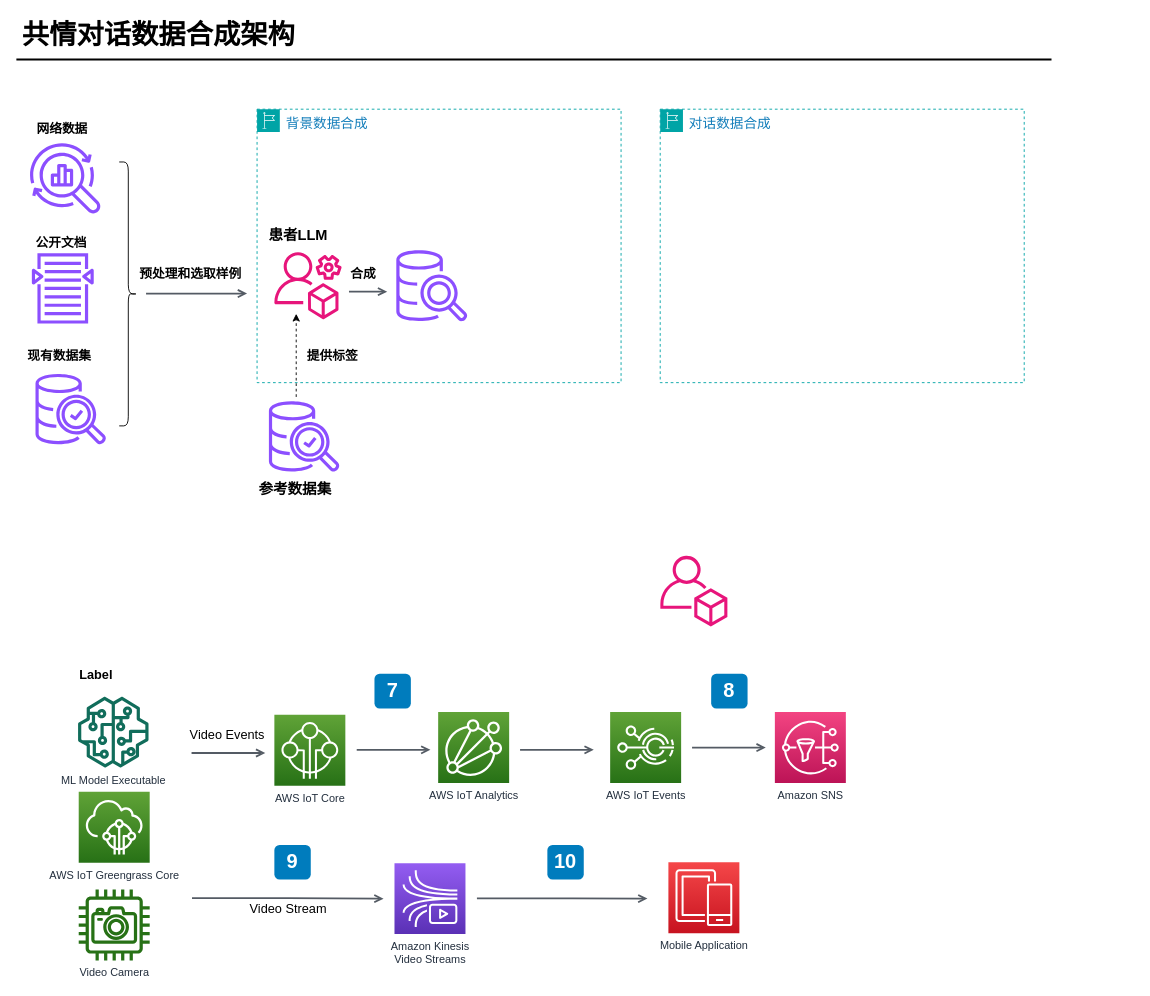
Earlier version of the draw.io diagram photos/流程图.drawio (Icelinea/synDatasets). Source tidied: cells renumbered, new cells numbered last; positions are measured from the earlier drawing's top-left corner, leaving out a move shared by most shapes. Both pictures are drawn from the tidied source at 91%, with x=0, y=0 at pixel (15, 15).
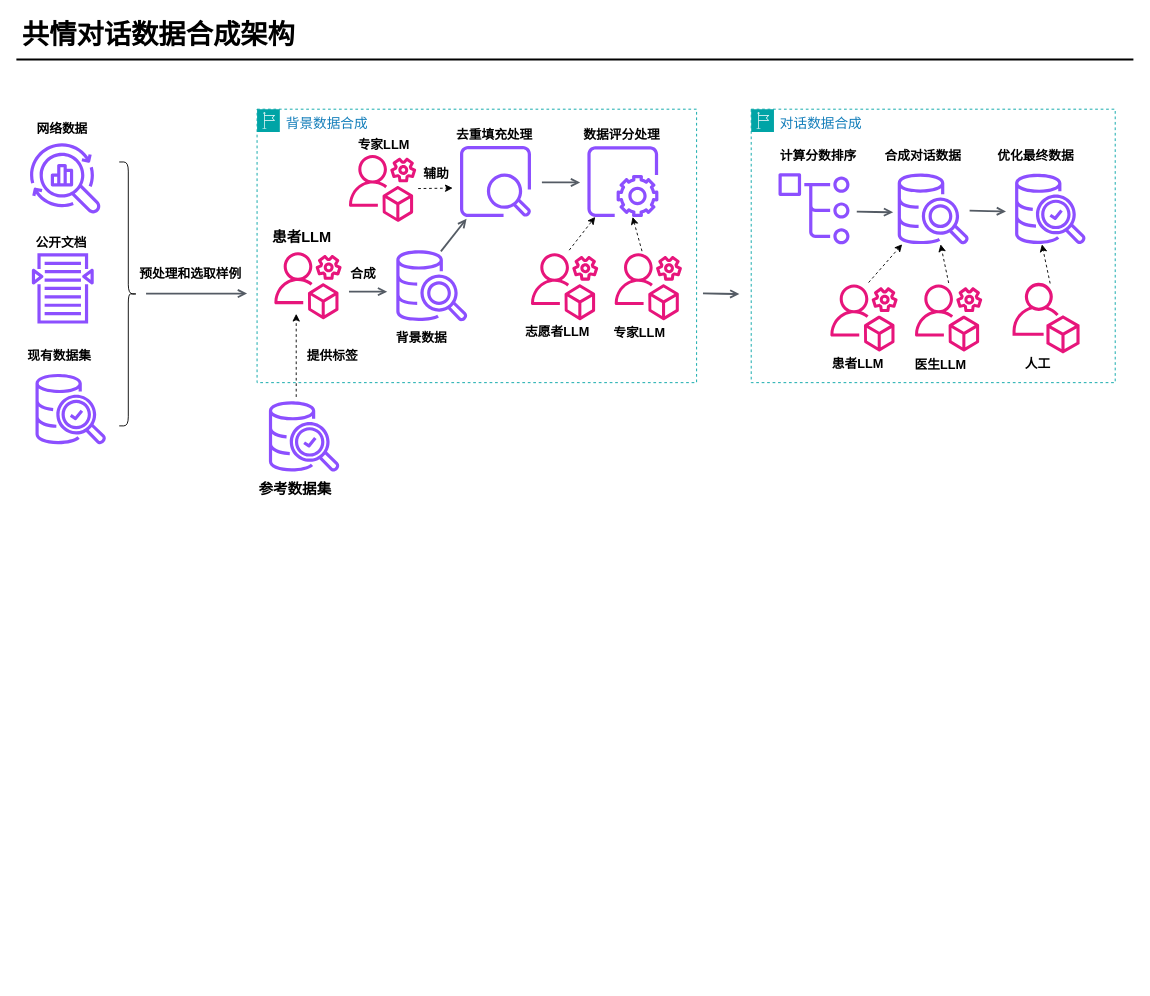
The same page after the edit.

Commit message (it also covers changes not shown here):
更新流程图.drawio

Diff of the diagram source:
```diff
@@
-    <mxCell id="2" value="ML Model Executable" style="fontColor=#232F3E;gradientColor=none;fillColor=#116D5B;strokeColor=none;dashed=0;verticalLabelPosition=bottom;verticalAlign=top;align=center;html=1;fontSize=12;fontStyle=0;shape=mxgraph.aws4.sagemaker_model;" parent="1" vertex="1">
-      <mxGeometry x="68" y="749" width="78" height="78" as="geometry" />
-    </mxCell>
-    <mxCell id="3" value="AWS IoT Greengrass Core" style="fontColor=#232F3E;gradientColor=#60A337;gradientDirection=north;fillColor=#277116;strokeColor=#ffffff;dashed=0;verticalLabelPosition=bottom;verticalAlign=top;align=center;html=1;fontSize=12;fontStyle=0;shape=mxgraph.aws4.resourceIcon;resIcon=mxgraph.aws4.iot_core;" parent="1" vertex="1">
-      <mxGeometry x="69" y="853.5" width="78" height="78" as="geometry" />
-    </mxCell>
-    <mxCell id="4" value="Video Camera" style="fontColor=#232F3E;gradientColor=none;fillColor=#277116;strokeColor=none;dashed=0;verticalLabelPosition=bottom;verticalAlign=top;align=center;html=1;fontSize=12;fontStyle=0;shape=mxgraph.aws4.camera;" parent="1" vertex="1">
-      <mxGeometry x="69" y="961" width="78" height="78" as="geometry" />
-    </mxCell>
-    <mxCell id="5" value="AWS IoT Core" style="fontColor=#232F3E;gradientColor=#60A337;gradientDirection=north;fillColor=#277116;strokeColor=#ffffff;dashed=0;verticalLabelPosition=bottom;verticalAlign=top;align=center;html=1;fontSize=12;fontStyle=0;shape=mxgraph.aws4.resourceIcon;resIcon=mxgraph.aws4.internet_of_things;" parent="1" vertex="1">
-      <mxGeometry x="284" y="769" width="78" height="78" as="geometry" />
-    </mxCell>
-    <mxCell id="6" value="AWS IoT Analytics" style="fontColor=#232F3E;gradientColor=#60A337;gradientDirection=north;fillColor=#277116;strokeColor=#ffffff;dashed=0;verticalLabelPosition=bottom;verticalAlign=top;align=center;html=1;fontSize=12;fontStyle=0;shape=mxgraph.aws4.resourceIcon;resIcon=mxgraph.aws4.iot_analytics;" parent="1" vertex="1">
-      <mxGeometry x="464" y="766" width="78" height="78" as="geometry" />
-    </mxCell>
-    <mxCell id="7" value="AWS IoT Events" style="fontColor=#232F3E;gradientColor=#60A337;gradientDirection=north;fillColor=#277116;strokeColor=#ffffff;dashed=0;verticalLabelPosition=bottom;verticalAlign=top;align=center;html=1;fontSize=12;fontStyle=0;shape=mxgraph.aws4.resourceIcon;resIcon=mxgraph.aws4.iot_events;" parent="1" vertex="1">
-      <mxGeometry x="653" y="766" width="78" height="78" as="geometry" />
-    </mxCell>
-    <mxCell id="8" value="Amazon SNS" style="fontColor=#232F3E;gradientColor=#F34482;gradientDirection=north;fillColor=#BC1356;strokeColor=#ffffff;dashed=0;verticalLabelPosition=bottom;verticalAlign=top;align=center;html=1;fontSize=12;fontStyle=0;shape=mxgraph.aws4.resourceIcon;resIcon=mxgraph.aws4.sns;" parent="1" vertex="1">
-      <mxGeometry x="834" y="766" width="78" height="78" as="geometry" />
-    </mxCell>
-    <mxCell id="9" value="Amazon Kinesis&lt;br&gt;Video Streams&lt;br&gt;" style="fontColor=#232F3E;gradientColor=#945DF2;gradientDirection=north;fillColor=#5A30B5;strokeColor=#ffffff;dashed=0;verticalLabelPosition=bottom;verticalAlign=top;align=center;html=1;fontSize=12;fontStyle=0;shape=mxgraph.aws4.resourceIcon;resIcon=mxgraph.aws4.kinesis_video_streams;" parent="1" vertex="1">
-      <mxGeometry x="416" y="932" width="78" height="78" as="geometry" />
-    </mxCell>
-    <mxCell id="10" value="Mobile Application" style="fontColor=#232F3E;gradientColor=#F54749;gradientDirection=north;fillColor=#C7131F;strokeColor=#ffffff;dashed=0;verticalLabelPosition=bottom;verticalAlign=top;align=center;html=1;fontSize=12;fontStyle=0;shape=mxgraph.aws4.resourceIcon;resIcon=mxgraph.aws4.mobile;" parent="1" vertex="1">
-      <mxGeometry x="717" y="931" width="78" height="78" as="geometry" />
-    </mxCell>
-    <mxCell id="11" value="7" style="rounded=1;whiteSpace=wrap;html=1;fillColor=#007CBD;strokeColor=none;fontColor=#FFFFFF;fontStyle=1;fontSize=22;" parent="1" vertex="1">
-      <mxGeometry x="394" y="724" width="40" height="38" as="geometry" />
-    </mxCell>
-    <mxCell id="12" value="8" style="rounded=1;whiteSpace=wrap;html=1;fillColor=#007CBD;strokeColor=none;fontColor=#FFFFFF;fontStyle=1;fontSize=22;" parent="1" vertex="1">
-      <mxGeometry x="764" y="724" width="40" height="38" as="geometry" />
-    </mxCell>
-    <mxCell id="13" value="9" style="rounded=1;whiteSpace=wrap;html=1;fillColor=#007CBD;strokeColor=none;fontColor=#FFFFFF;fontStyle=1;fontSize=22;" parent="1" vertex="1">
-      <mxGeometry x="284" y="912" width="40" height="38" as="geometry" />
-    </mxCell>
-    <mxCell id="14" value="10" style="rounded=1;whiteSpace=wrap;html=1;fillColor=#007CBD;strokeColor=none;fontColor=#FFFFFF;fontStyle=1;fontSize=22;" parent="1" vertex="1">
-      <mxGeometry x="584" y="912" width="40" height="38" as="geometry" />
-    </mxCell>
@@
     <mxCell id="16" style="line;strokeWidth=2;html=1;fontSize=14;" parent="1" vertex="1">
-      <mxGeometry x="0.5" y="43.5" width="1137.5" height="10.7" as="geometry" />
+      <mxGeometry x="0.5" y="43.5" width="1227.5" height="10.7" as="geometry" />
     </mxCell>
@@
-    <mxCell id="18" value="&lt;span&gt;Label&lt;/span&gt;" style="text;html=1;align=left;verticalAlign=top;spacingTop=-4;fontSize=14;fontStyle=1;" parent="1" vertex="1">
-      <mxGeometry x="68" y="714" width="50" height="20" as="geometry" />
-    </mxCell>
@@
-    <mxCell id="20" value="Video Events" style="edgeStyle=orthogonalEdgeStyle;html=1;endArrow=open;elbow=vertical;startArrow=none;endFill=0;strokeColor=#545B64;rounded=0;fontSize=14;strokeWidth=2;" parent="1" edge="1">
-      <mxGeometry x="-0.04" y="20" relative="1" as="geometry">
-        <mxPoint x="193" y="811" as="sourcePoint" />
-        <mxPoint x="274" y="811" as="targetPoint" />
-      </mxGeometry>
-    </mxCell>
-    <mxCell id="21" style="edgeStyle=orthogonalEdgeStyle;html=1;endArrow=open;elbow=vertical;startArrow=none;endFill=0;strokeColor=#545B64;rounded=0;fontSize=14;strokeWidth=2;" parent="1" edge="1">
-      <mxGeometry x="-0.04" y="20" relative="1" as="geometry">
-        <mxPoint x="374.5" y="807.5" as="sourcePoint" />
-        <mxPoint x="455.5" y="807.5" as="targetPoint" />
-      </mxGeometry>
-    </mxCell>
-    <mxCell id="22" style="edgeStyle=orthogonalEdgeStyle;html=1;endArrow=open;elbow=vertical;startArrow=none;endFill=0;strokeColor=#545B64;rounded=0;fontSize=14;strokeWidth=2;" parent="1" edge="1">
-      <mxGeometry x="-0.04" y="20" relative="1" as="geometry">
-        <mxPoint x="554" y="807.5" as="sourcePoint" />
-        <mxPoint x="635" y="807.5" as="targetPoint" />
-      </mxGeometry>
-    </mxCell>
-    <mxCell id="23" style="edgeStyle=orthogonalEdgeStyle;html=1;endArrow=open;elbow=vertical;startArrow=none;endFill=0;strokeColor=#545B64;rounded=0;fontSize=14;strokeWidth=2;" parent="1" edge="1">
-      <mxGeometry x="-0.04" y="20" relative="1" as="geometry">
-        <mxPoint x="743" y="805" as="sourcePoint" />
-        <mxPoint x="824" y="805" as="targetPoint" />
-      </mxGeometry>
-    </mxCell>
-    <mxCell id="24" value="Video Stream" style="edgeStyle=orthogonalEdgeStyle;html=1;endArrow=open;elbow=vertical;startArrow=none;endFill=0;strokeColor=#545B64;rounded=0;fontSize=14;strokeWidth=2;" parent="1" edge="1">
-      <mxGeometry y="-11" relative="1" as="geometry">
-        <mxPoint x="193.5" y="970.5" as="sourcePoint" />
-        <mxPoint x="404" y="971" as="targetPoint" />
-        <Array as="points">
-          <mxPoint x="299" y="971" />
-        </Array>
-      </mxGeometry>
-    </mxCell>
-    <mxCell id="25" style="edgeStyle=orthogonalEdgeStyle;html=1;endArrow=open;elbow=vertical;startArrow=none;endFill=0;strokeColor=#545B64;rounded=0;fontSize=14;strokeWidth=2;" parent="1" edge="1">
-      <mxGeometry y="-11" relative="1" as="geometry">
-        <mxPoint x="506.6" y="970.7" as="sourcePoint" />
-        <mxPoint x="694" y="971" as="targetPoint" />
-        <Array as="points">
-          <mxPoint x="612" y="971" />
-        </Array>
-      </mxGeometry>
-    </mxCell>
     <mxCell id="26" value="&lt;font style=&quot;font-size: 15px;&quot;&gt;背景数据合成&lt;/font&gt;" style="gradientColor=none;html=1;whiteSpace=wrap;fontSize=12;fontStyle=0;shape=mxgraph.aws4.group;grIcon=mxgraph.aws4.group_region;strokeColor=#00A4A6;fillColor=none;verticalAlign=top;align=left;spacingLeft=30;fontColor=#147EBA;dashed=1;" parent="1" vertex="1">
-      <mxGeometry x="265" y="103.5" width="400" height="300.5" as="geometry" />
+      <mxGeometry x="265" y="103.5" width="483" height="300.5" as="geometry" />
     </mxCell>
@@
     <mxCell id="29" value="患者LLM" style="text;html=1;align=left;verticalAlign=top;spacingTop=-4;fontSize=16;fontStyle=1;" parent="26" vertex="1">
-      <mxGeometry x="11" y="126" width="90" height="30" as="geometry" />
+      <mxGeometry x="15" y="128" width="90" height="30" as="geometry" />
     </mxCell>
@@
+    <mxCell id="45" style="sketch=0;fontColor=#232F3E;gradientColor=none;fillColor=#8C4FFF;strokeColor=none;dashed=0;verticalLabelPosition=bottom;verticalAlign=top;align=center;html=1;fontSize=12;fontStyle=0;shape=mxgraph.aws4.opensearch_service_data_node;" parent="26" vertex="1">
+      <mxGeometry x="223" y="40.5" width="78" height="78" as="geometry" />
+    </mxCell>
+    <mxCell id="46" style="sketch=0;outlineConnect=0;fontColor=#232F3E;gradientColor=none;fillColor=#8C4FFF;strokeColor=none;dashed=0;verticalLabelPosition=bottom;verticalAlign=top;align=center;html=1;fontSize=12;fontStyle=0;shape=mxgraph.aws4.opensearch_service_cluster_administrator_node;" parent="26" vertex="1">
+      <mxGeometry x="363" y="40.5" width="78" height="78" as="geometry" />
+    </mxCell>
+    <mxCell id="47" style="html=1;endArrow=open;elbow=vertical;startArrow=none;endFill=0;strokeColor=#545B64;rounded=0;fontSize=14;strokeWidth=2;" parent="26" edge="1">
+      <mxGeometry x="-0.04" y="20" relative="1" as="geometry">
+        <mxPoint x="202" y="156.3" as="sourcePoint" />
+        <mxPoint x="230.2" y="120.5" as="targetPoint" />
+      </mxGeometry>
+    </mxCell>
+    <mxCell id="48" style="sketch=0;fontColor=#232F3E;gradientColor=none;fillColor=#E7157B;strokeColor=none;dashed=0;verticalLabelPosition=bottom;verticalAlign=top;align=center;html=1;fontSize=12;fontStyle=0;shape=mxgraph.aws4.organizations_management_account;" parent="26" vertex="1">
+      <mxGeometry x="301" y="156" width="74" height="78" as="geometry" />
+    </mxCell>
+    <mxCell id="49" style="sketch=0;fontColor=#232F3E;gradientColor=none;fillColor=#E7157B;strokeColor=none;dashed=0;verticalLabelPosition=bottom;verticalAlign=top;align=center;html=1;fontSize=12;fontStyle=0;shape=mxgraph.aws4.organizations_management_account;" parent="26" vertex="1">
+      <mxGeometry x="393" y="156" width="74" height="78" as="geometry" />
+    </mxCell>
+    <mxCell id="50" style="sketch=0;fontColor=#232F3E;gradientColor=none;fillColor=#E7157B;strokeColor=none;dashed=0;verticalLabelPosition=bottom;verticalAlign=top;align=center;html=1;fontSize=12;fontStyle=0;shape=mxgraph.aws4.organizations_management_account;" parent="26" vertex="1">
+      <mxGeometry x="101" y="48" width="74" height="78" as="geometry" />
+    </mxCell>
+    <mxCell id="51" value="&lt;span&gt;专家LLM&lt;/span&gt;" style="text;html=1;align=left;verticalAlign=top;spacingTop=-4;fontSize=14;fontStyle=1;" parent="26" vertex="1">
+      <mxGeometry x="109" y="28" width="80" height="20" as="geometry" />
+    </mxCell>
+    <mxCell id="52" style="edgeStyle=none;orthogonalLoop=1;jettySize=auto;html=1;rounded=0;dashed=1;" parent="26" edge="1">
+      <mxGeometry relative="1" as="geometry">
+        <mxPoint x="177" y="87.2" as="sourcePoint" />
+        <mxPoint x="215" y="86.7" as="targetPoint" />
+      </mxGeometry>
+    </mxCell>
+    <mxCell id="53" value="&lt;span&gt;辅助&lt;/span&gt;" style="text;html=1;align=left;verticalAlign=top;spacingTop=-4;fontSize=14;fontStyle=1;" parent="26" vertex="1">
+      <mxGeometry x="181" y="60.5" width="50" height="20" as="geometry" />
+    </mxCell>
+    <mxCell id="54" value="&lt;span&gt;去重填充处理&lt;/span&gt;" style="text;html=1;align=left;verticalAlign=top;spacingTop=-4;fontSize=14;fontStyle=1;" parent="26" vertex="1">
+      <mxGeometry x="217" y="17.5" width="110" height="20" as="geometry" />
+    </mxCell>
+    <mxCell id="55" style="edgeStyle=orthogonalEdgeStyle;html=1;endArrow=open;elbow=vertical;startArrow=none;endFill=0;strokeColor=#545B64;rounded=0;fontSize=14;strokeWidth=2;" parent="26" edge="1">
+      <mxGeometry x="-0.04" y="20" relative="1" as="geometry">
+        <mxPoint x="313" y="80.5" as="sourcePoint" />
+        <mxPoint x="355" y="80.5" as="targetPoint" />
+      </mxGeometry>
+    </mxCell>
+    <mxCell id="56" style="edgeStyle=none;jettySize=auto;html=1;rounded=0;dashed=1;" parent="26" edge="1" target="46">
+      <mxGeometry relative="1" as="geometry">
+        <mxPoint x="343" y="154.9" as="sourcePoint" />
+      </mxGeometry>
+    </mxCell>
+    <mxCell id="57" style="edgeStyle=none;jettySize=auto;html=1;rounded=0;dashed=1;" parent="26" edge="1" target="46">
+      <mxGeometry relative="1" as="geometry">
+        <mxPoint x="423" y="156" as="sourcePoint" />
+      </mxGeometry>
+    </mxCell>
+    <mxCell id="58" value="&lt;span&gt;志愿者LLM&lt;/span&gt;" style="text;html=1;align=left;verticalAlign=top;spacingTop=-4;fontSize=14;fontStyle=1;" parent="26" vertex="1">
+      <mxGeometry x="293" y="233.5" width="90" height="20" as="geometry" />
+    </mxCell>
+    <mxCell id="59" value="&lt;span&gt;专家LLM&lt;/span&gt;" style="text;html=1;align=left;verticalAlign=top;spacingTop=-4;fontSize=14;fontStyle=1;" parent="26" vertex="1">
+      <mxGeometry x="390" y="234" width="80" height="20" as="geometry" />
+    </mxCell>
+    <mxCell id="60" value="数据评分处理" style="text;html=1;align=left;verticalAlign=top;spacingTop=-4;fontSize=14;fontStyle=1;" parent="26" vertex="1">
+      <mxGeometry x="357" y="17.5" width="110" height="20" as="geometry" />
+    </mxCell>
+    <mxCell id="61" value="&lt;span&gt;背景数据&lt;/span&gt;" style="text;html=1;align=left;verticalAlign=top;spacingTop=-4;fontSize=14;fontStyle=1;" parent="26" vertex="1">
+      <mxGeometry x="151" y="240.5" width="80" height="20" as="geometry" />
+    </mxCell>
@@
     <mxCell id="39" value="&lt;font style=&quot;font-size: 15px;&quot;&gt;对话数据合成&lt;/font&gt;" style="gradientColor=none;html=1;whiteSpace=wrap;fontSize=12;fontStyle=0;shape=mxgraph.aws4.group;grIcon=mxgraph.aws4.group_region;strokeColor=#00A4A6;fillColor=none;verticalAlign=top;align=left;spacingLeft=30;fontColor=#147EBA;dashed=1;" parent="1" vertex="1">
-      <mxGeometry x="708" y="103.5" width="400" height="300.5" as="geometry" />
+      <mxGeometry x="808" y="103.5" width="400" height="300.5" as="geometry" />
     </mxCell>
+    <mxCell id="62" style="sketch=0;fontColor=#232F3E;gradientColor=none;fillColor=#8C4FFF;strokeColor=none;dashed=0;verticalLabelPosition=bottom;verticalAlign=top;align=center;html=1;fontSize=12;fontStyle=0;shape=mxgraph.aws4.opensearch_service_traces;" parent="39" vertex="1">
+      <mxGeometry x="30" y="70.5" width="78" height="78" as="geometry" />
+    </mxCell>
+    <mxCell id="63" style="sketch=0;fontColor=#232F3E;gradientColor=none;fillColor=#E7157B;strokeColor=none;dashed=0;verticalLabelPosition=bottom;verticalAlign=top;align=center;html=1;fontSize=12;fontStyle=0;shape=mxgraph.aws4.organizations_management_account;" parent="39" vertex="1">
+      <mxGeometry x="87" y="190.5" width="74" height="78" as="geometry" />
+    </mxCell>
+    <mxCell id="64" style="sketch=0;fontColor=#232F3E;gradientColor=none;fillColor=#E7157B;strokeColor=none;dashed=0;verticalLabelPosition=bottom;verticalAlign=top;align=center;html=1;fontSize=12;fontStyle=0;shape=mxgraph.aws4.organizations_management_account;" parent="39" vertex="1">
+      <mxGeometry x="180" y="190.5" width="74" height="78" as="geometry" />
+    </mxCell>
+    <mxCell id="65" style="sketch=0;outlineConnect=0;fontColor=#232F3E;gradientColor=none;fillColor=#8C4FFF;strokeColor=none;dashed=0;verticalLabelPosition=bottom;verticalAlign=top;align=center;html=1;fontSize=12;fontStyle=0;shape=mxgraph.aws4.redshift_query_editor_v20_light;" parent="39" vertex="1">
+      <mxGeometry x="161" y="70.5" width="78" height="78" as="geometry" />
+    </mxCell>
+    <mxCell id="66" style="sketch=0;fontColor=#232F3E;gradientColor=none;fillColor=#8C4FFF;strokeColor=none;dashed=0;verticalLabelPosition=bottom;verticalAlign=top;align=center;html=1;fontSize=12;fontStyle=0;shape=mxgraph.aws4.aws_glue_data_quality;" parent="39" vertex="1">
+      <mxGeometry x="290" y="70.5" width="78" height="78" as="geometry" />
+    </mxCell>
+    <mxCell id="41" style="sketch=0;fontColor=#232F3E;gradientColor=none;fillColor=#E7157B;strokeColor=none;dashed=0;verticalLabelPosition=bottom;verticalAlign=top;align=center;html=1;fontSize=12;fontStyle=0;shape=mxgraph.aws4.organizations_account;" parent="39" vertex="1">
+      <mxGeometry x="287" y="190.5" width="74" height="78" as="geometry" />
+    </mxCell>
+    <mxCell id="67" value="&lt;span&gt;患者LLM&lt;/span&gt;" style="text;html=1;align=left;verticalAlign=top;spacingTop=-4;fontSize=14;fontStyle=1;" parent="39" vertex="1">
+      <mxGeometry x="87" y="268.5" width="80" height="20" as="geometry" />
+    </mxCell>
+    <mxCell id="68" value="&lt;span&gt;医生LLM&lt;/span&gt;" style="text;html=1;align=left;verticalAlign=top;spacingTop=-4;fontSize=14;fontStyle=1;" parent="39" vertex="1">
+      <mxGeometry x="178" y="269.5" width="80" height="20" as="geometry" />
+    </mxCell>
+    <mxCell id="69" value="&lt;span&gt;人工&lt;/span&gt;" style="text;html=1;align=left;verticalAlign=top;spacingTop=-4;fontSize=14;fontStyle=1;" parent="39" vertex="1">
+      <mxGeometry x="299" y="268.5" width="50" height="20" as="geometry" />
+    </mxCell>
+    <mxCell id="70" style="edgeStyle=orthogonalEdgeStyle;html=1;endArrow=open;elbow=vertical;startArrow=none;endFill=0;strokeColor=#545B64;rounded=0;fontSize=14;strokeWidth=2;" parent="39" edge="1">
+      <mxGeometry x="-0.04" y="20" relative="1" as="geometry">
+        <mxPoint x="116" y="112.5" as="sourcePoint" />
+        <mxPoint x="156" y="113.3" as="targetPoint" />
+      </mxGeometry>
+    </mxCell>
+    <mxCell id="71" style="edgeStyle=orthogonalEdgeStyle;html=1;endArrow=open;elbow=vertical;startArrow=none;endFill=0;strokeColor=#545B64;rounded=0;fontSize=14;strokeWidth=2;" parent="39" edge="1">
+      <mxGeometry x="-0.04" y="20" relative="1" as="geometry">
+        <mxPoint x="240" y="111.5" as="sourcePoint" />
+        <mxPoint x="280" y="112.3" as="targetPoint" />
+      </mxGeometry>
+    </mxCell>
+    <mxCell id="72" value="计算分数排序" style="text;html=1;align=left;verticalAlign=top;spacingTop=-4;fontSize=14;fontStyle=1;" parent="39" vertex="1">
+      <mxGeometry x="30" y="40.5" width="110" height="20" as="geometry" />
+    </mxCell>
+    <mxCell id="73" value="合成对话数据" style="text;html=1;align=left;verticalAlign=top;spacingTop=-4;fontSize=14;fontStyle=1;" parent="39" vertex="1">
+      <mxGeometry x="145" y="40.5" width="110" height="20" as="geometry" />
+    </mxCell>
+    <mxCell id="74" value="优化最终数据" style="text;html=1;align=left;verticalAlign=top;spacingTop=-4;fontSize=14;fontStyle=1;" parent="39" vertex="1">
+      <mxGeometry x="269" y="40.5" width="110" height="20" as="geometry" />
+    </mxCell>
+    <mxCell id="75" style="edgeStyle=none;jettySize=auto;html=1;rounded=0;dashed=1;" parent="39" edge="1" target="65">
+      <mxGeometry relative="1" as="geometry">
+        <mxPoint x="129" y="190.5" as="sourcePoint" />
+      </mxGeometry>
+    </mxCell>
+    <mxCell id="76" style="edgeStyle=none;jettySize=auto;html=1;rounded=0;dashed=1;" parent="39" edge="1" target="65">
+      <mxGeometry relative="1" as="geometry">
+        <mxPoint x="217" y="191" as="sourcePoint" />
+      </mxGeometry>
+    </mxCell>
+    <mxCell id="77" style="edgeStyle=none;orthogonalLoop=1;jettySize=auto;html=1;rounded=0;dashed=1;" parent="39" edge="1">
+      <mxGeometry relative="1" as="geometry">
+        <mxPoint x="328.5" y="191.5" as="sourcePoint" />
+        <mxPoint x="319.5" y="148.5" as="targetPoint" />
+      </mxGeometry>
+    </mxCell>
@@
-    <mxCell id="41" style="sketch=0;fontColor=#232F3E;gradientColor=none;fillColor=#E7157B;strokeColor=none;dashed=0;verticalLabelPosition=bottom;verticalAlign=top;align=center;html=1;fontSize=12;fontStyle=0;shape=mxgraph.aws4.organizations_account;" parent="1" vertex="1">
-      <mxGeometry x="708" y="594" width="74" height="78" as="geometry" />
-    </mxCell>
@@
+    <mxCell id="78" style="edgeStyle=orthogonalEdgeStyle;html=1;endArrow=open;elbow=vertical;startArrow=none;endFill=0;strokeColor=#545B64;rounded=0;fontSize=14;strokeWidth=2;" parent="1" edge="1">
+      <mxGeometry x="-0.04" y="20" relative="1" as="geometry">
+        <mxPoint x="755" y="305.8" as="sourcePoint" />
+        <mxPoint x="795" y="306.7" as="targetPoint" />
+      </mxGeometry>
+    </mxCell>
```
